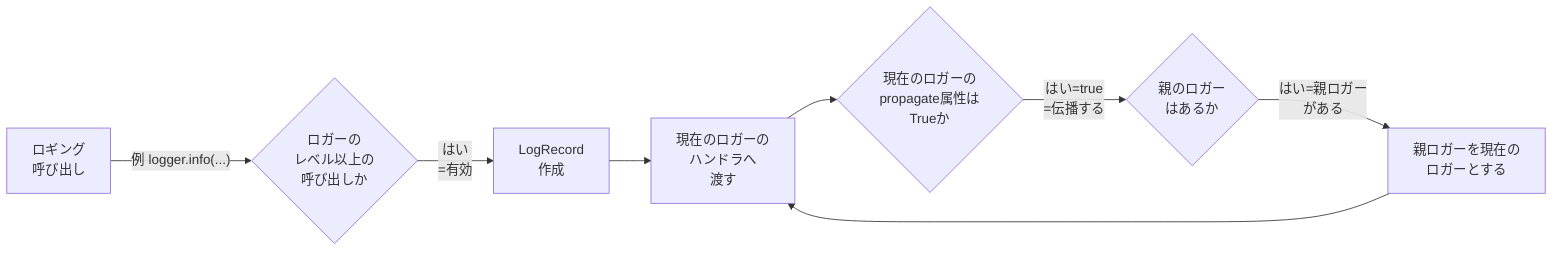
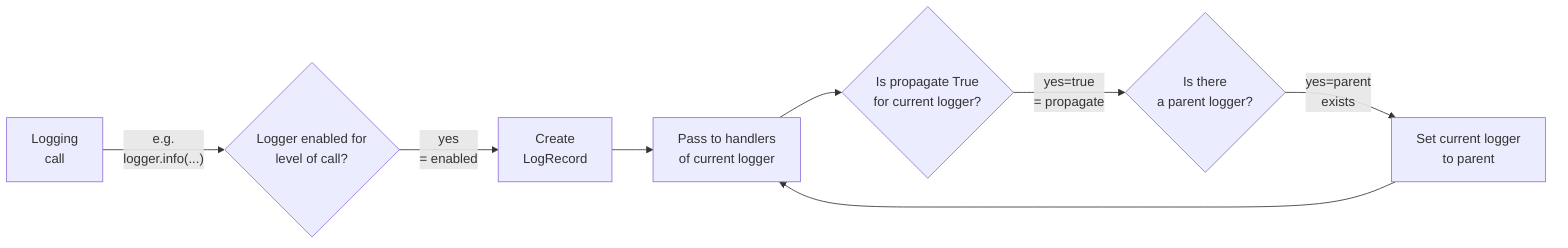
flowchart LR
-     START[ロギング<br/>呼び出し] -->|"例 logger.info(...)"| cond1{ロガーの<br/>レベル以上の<br/>呼び出しか};
-     cond1 -->|はい<br/>=有効| node1[LogRecord<br/>作成];
-     node1 --> node2[現在のロガーの<br/>ハンドラへ<br/>渡す];
-     node2 --> cond3{現在のロガーの<br/>propagate属性は<br/>Trueか};
-     cond3 -->|はい=true<br/>=伝播する| cond4{親のロガー<br/>はあるか};
-     cond4 -->|はい=親ロガー<br/>がある| node3[親ロガーを現在の<br/>ロガーとする];
+     START[Logging<br/>call] -->|"e.g.<br/>logger.info(...)"| cond1{Logger enabled for<br/>level of call?};
+     cond1 -->|yes<br/>= enabled| node1[Create<br/>LogRecord];
+     node1 --> node2[Pass to handlers<br/>of current logger];
+     node2 --> cond3{Is propagate True<br/>for current logger?};
+     cond3 -->|yes=true<br/>= propagate| cond4{Is there<br/>a parent logger?};
+     cond4 -->|yes=parent<br/>exists| node3[Set current logger<br/>to parent];
    node3 --> node2;
